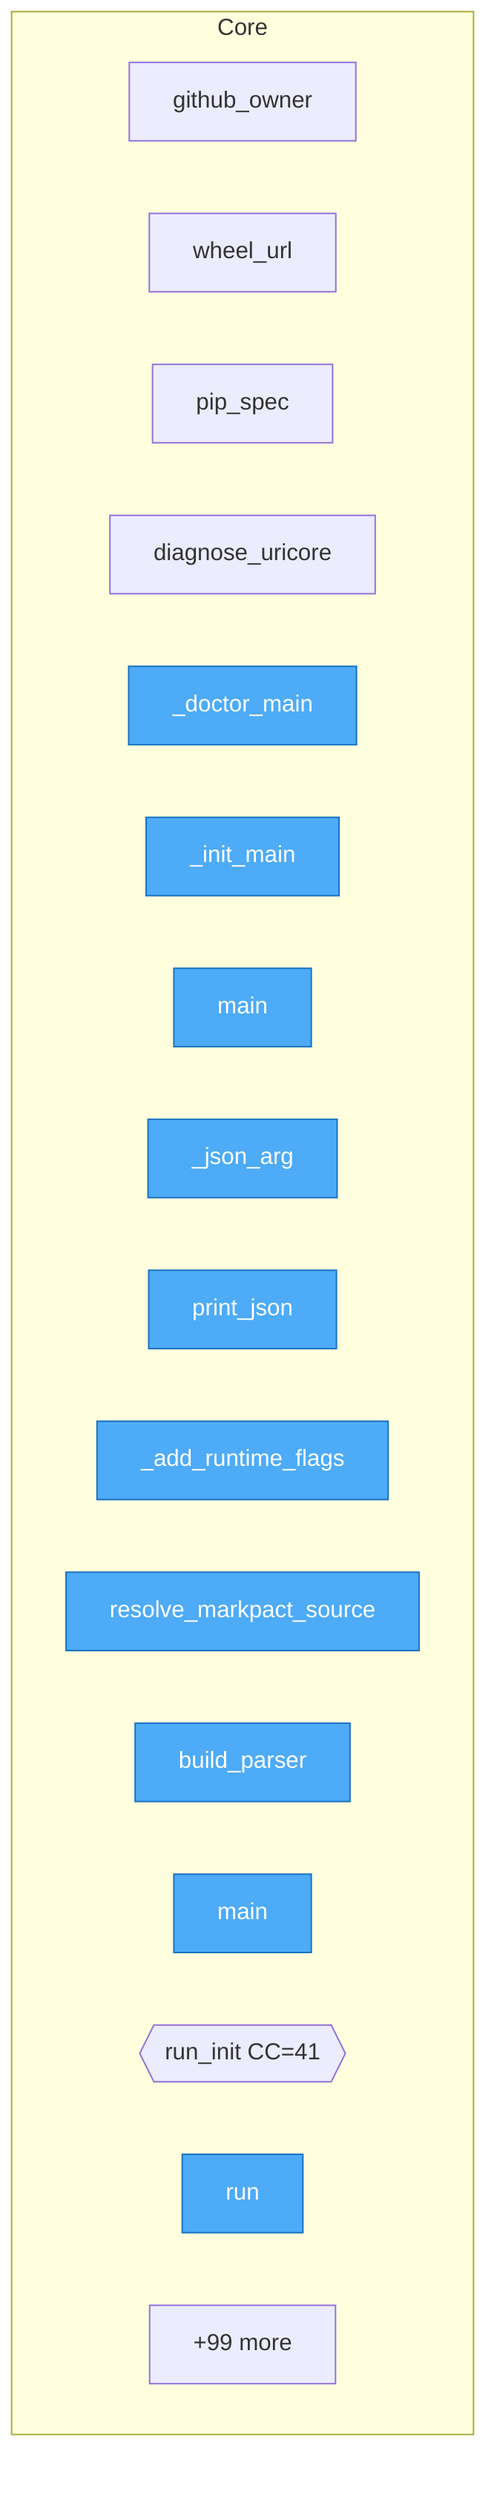
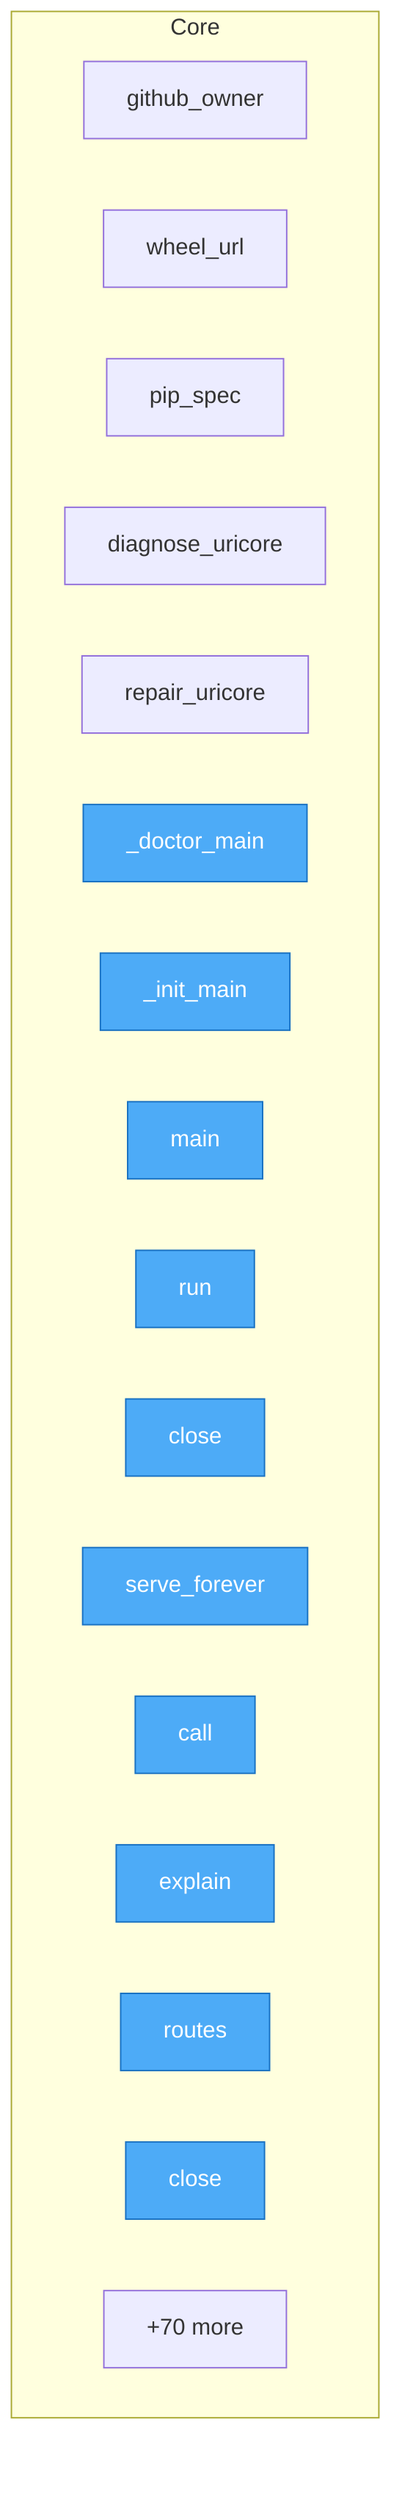
flowchart TD
%% generated in 0.01s

    %% Entry points (blue)
    classDef entry fill:#4dabf7,stroke:#1971c2,color:#fff

    subgraph Core
        src__urisys__uricore_install__github_owner["github_owner"]
        src__urisys__uricore_install__wheel_url["wheel_url"]
        src__urisys__uricore_install__pip_spec["pip_spec"]
        src__urisys__uricore_install__diagnose_uricore["diagnose_uricore"]
+         src__urisys__uricore_install__repair_uricore["repair_uricore"]
        src__urisys__bootstrap___doctor_main["_doctor_main"]
        src__urisys__bootstrap___init_main["_init_main"]
        src__urisys__bootstrap__main["main"]
-         src__urisys__cli___json_arg["_json_arg"]
-         src__urisys__cli__print_json["print_json"]
-         src__urisys__cli___add_runtime_flags["_add_runtime_flags"]
-         src__urisys__cli__resolve_markpact_source["resolve_markpact_source"]
-         src__urisys__cli__build_parser["build_parser"]
-         src__urisys__cli__main["main"]
-         src__urisys__init_setup__run_init{{run_init CC=41}}
        src__urisys__controllers__flow_controller__FlowController__run["run"]
-         ...["+99 more"]
+         src__urisys__controllers__flow_controller__FlowController__close["close"]
+         src__urisys__controllers__server_controller__ServerController__serve_forever["serve_forever"]
+         src__urisys__controllers__uri_controller__UriController__call["call"]
+         src__urisys__controllers__uri_controller__UriController__explain["explain"]
+         src__urisys__controllers__uri_controller__UriController__routes["routes"]
+         src__urisys__controllers__uri_controller__UriController__close["close"]
+         ...["+70 more"]
    end

-     class src__urisys__bootstrap___doctor_main,src__urisys__bootstrap___init_main,src__urisys__bootstrap__main,src__urisys__cli___json_arg,src__urisys__cli__print_json,src__urisys__cli___add_runtime_flags,src__urisys__cli__resolve_markpact_source,src__urisys__cli__build_parser,src__urisys__cli__main,src__urisys__controllers__flow_controller__FlowController__run entry
+     class src__urisys__bootstrap___doctor_main,src__urisys__bootstrap___init_main,src__urisys__bootstrap__main,src__urisys__controllers__flow_controller__FlowController__run,src__urisys__controllers__flow_controller__FlowController__close,src__urisys__controllers__server_controller__ServerController__serve_forever,src__urisys__controllers__uri_controller__UriController__call,src__urisys__controllers__uri_controller__UriController__explain,src__urisys__controllers__uri_controller__UriController__routes,src__urisys__controllers__uri_controller__UriController__close entry
